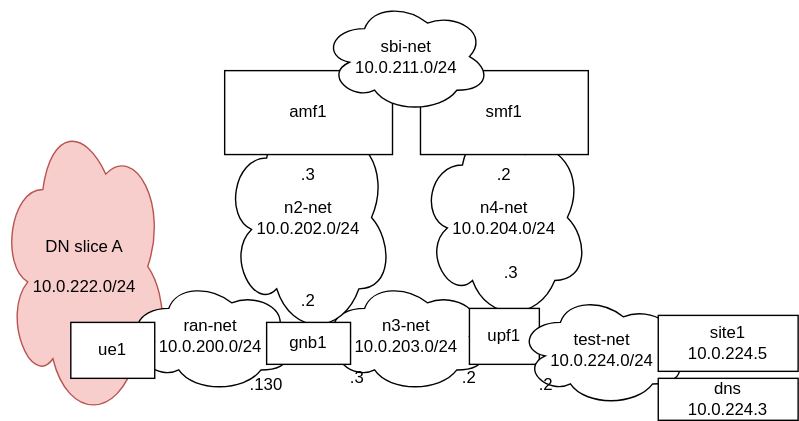
This is images/stage-ueransim-architecture.svg from louisroyer/test-mec, a draw.io export, as it was before one commit. Source tidied: cells renumbered, new cells last; positions are measured from the earlier drawing's top-left corner, leaving out a move shared by most shapes.
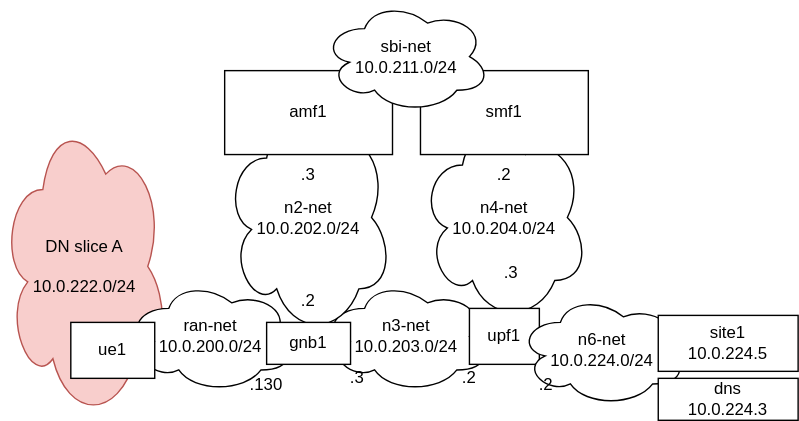
After the change.

What changed in the source:
```diff
@@ -35,7 +35,7 @@
     <mxCell id="12" value="&lt;div&gt;sbi-net&lt;/div&gt;&lt;div&gt;10.0.211.0/24&lt;br&gt;&lt;/div&gt;" style="ellipse;shape=cloud;whiteSpace=wrap;html=1;" parent="1" vertex="1">
       <mxGeometry x="230" width="120" height="80" as="geometry" />
     </mxCell>
-    <mxCell id="13" value="&lt;div&gt;test-net&lt;/div&gt;&lt;div&gt;10.0.224.0/24&lt;br&gt;&lt;/div&gt;" style="ellipse;shape=cloud;whiteSpace=wrap;html=1;" parent="1" vertex="1">
+    <mxCell id="13" value="&lt;div&gt;n6-net&lt;/div&gt;&lt;div&gt;10.0.224.0/24&lt;br&gt;&lt;/div&gt;" style="ellipse;shape=cloud;whiteSpace=wrap;html=1;" parent="1" vertex="1">
       <mxGeometry x="370" y="210" width="120" height="80" as="geometry" />
     </mxCell>
     <mxCell id="14" value="&lt;div&gt;site1&lt;/div&gt;&lt;div&gt;10.0.224.5&lt;br&gt;&lt;/div&gt;" style="rounded=0;whiteSpace=wrap;html=1;" parent="1" vertex="1">
```
